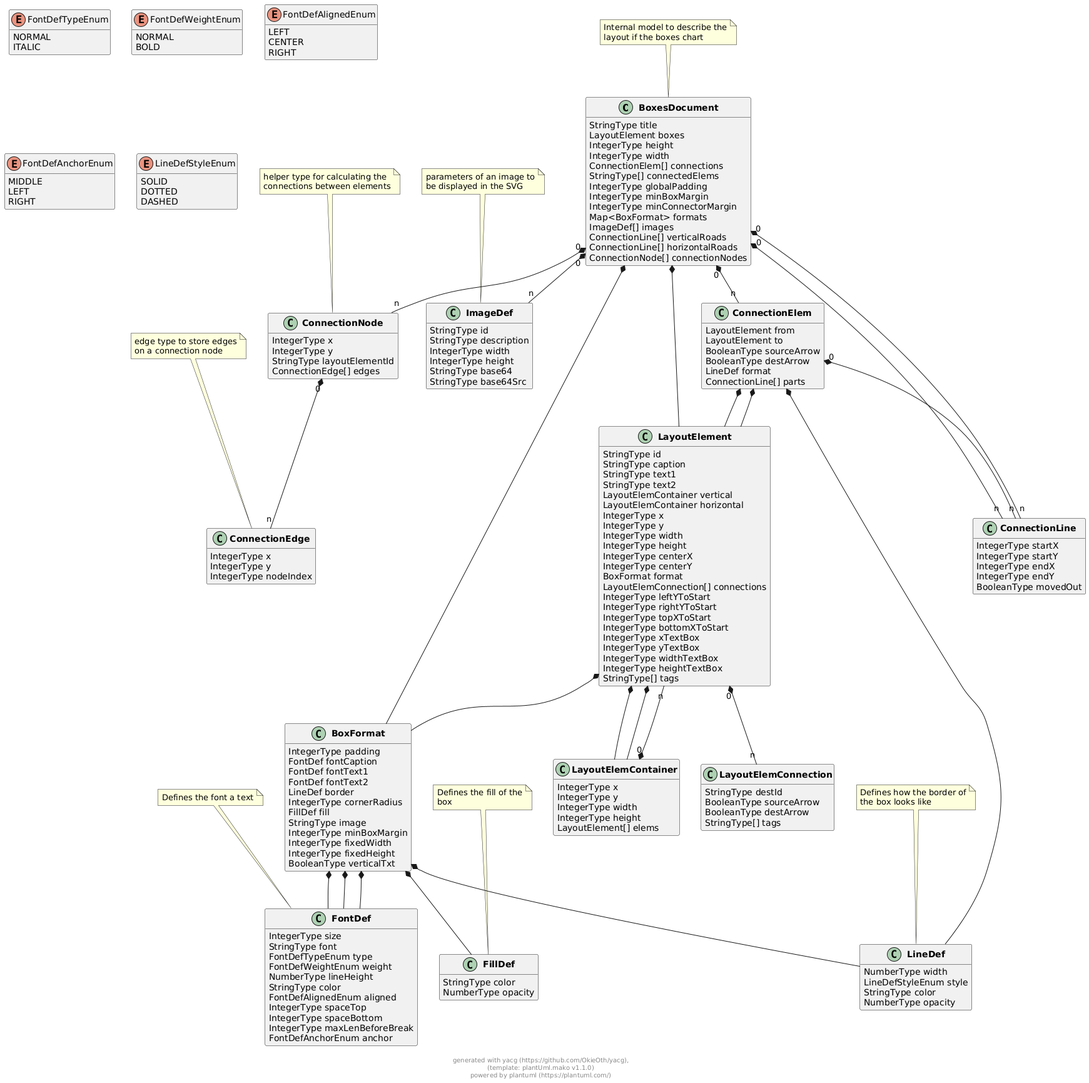
Earlier version of the PlantUML export docs/models/png/boxes_document.png (OkieOth/draw.chart.things).
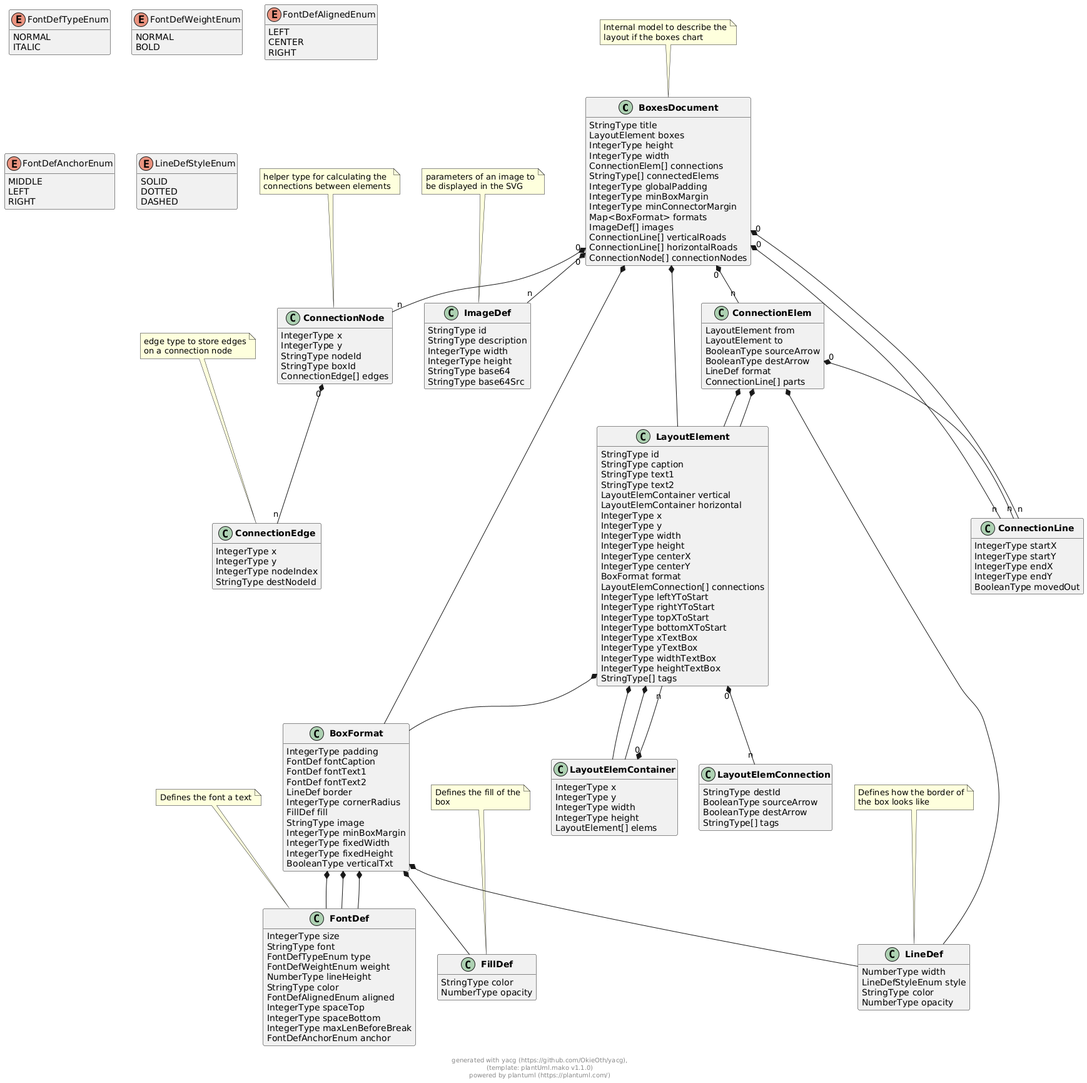
The same diagram one commit later.

Commit message:
fix edges error for boxes

Diff of the diagram source:
```diff
@@ -93,7 +93,8 @@
 class "**ConnectionNode**" as ConnectionNode {
         IntegerType x
         IntegerType y
-        StringType layoutElementId
+        StringType nodeId
+        StringType boxId
         ConnectionEdge[] edges
 }
 note top: helper type for calculating the\nconnections between elements
@@ -123,6 +124,7 @@
         IntegerType x
         IntegerType y
         IntegerType nodeIndex
+        StringType destNodeId
 }
 note top: edge type to store edges\non a connection node
 
@@ -294,6 +296,7 @@
 
 
 
+
 ConnectionNode "0" *-- "n" ConnectionEdge
 
 
@@ -345,5 +348,6 @@
 
 
 
+
 footer \ngenerated with yacg (https://github.com/OkieOth/yacg),\n(template: plantUml.mako v1.1.0)\npowered by plantuml (https://plantuml.com/)
 @enduml
```
